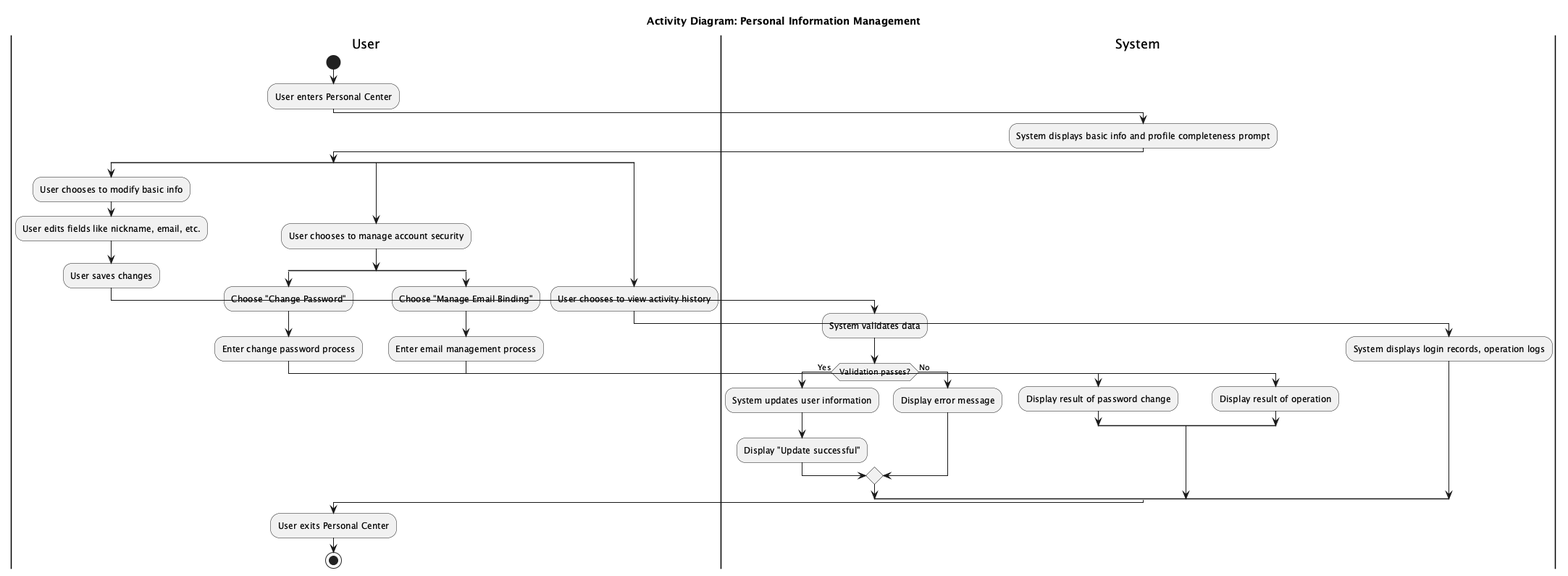
Before: latex/UML/Activity/Personal-Information-Management.png, a diagram exported from PlantUML (stepbystepcode/CodeWay).
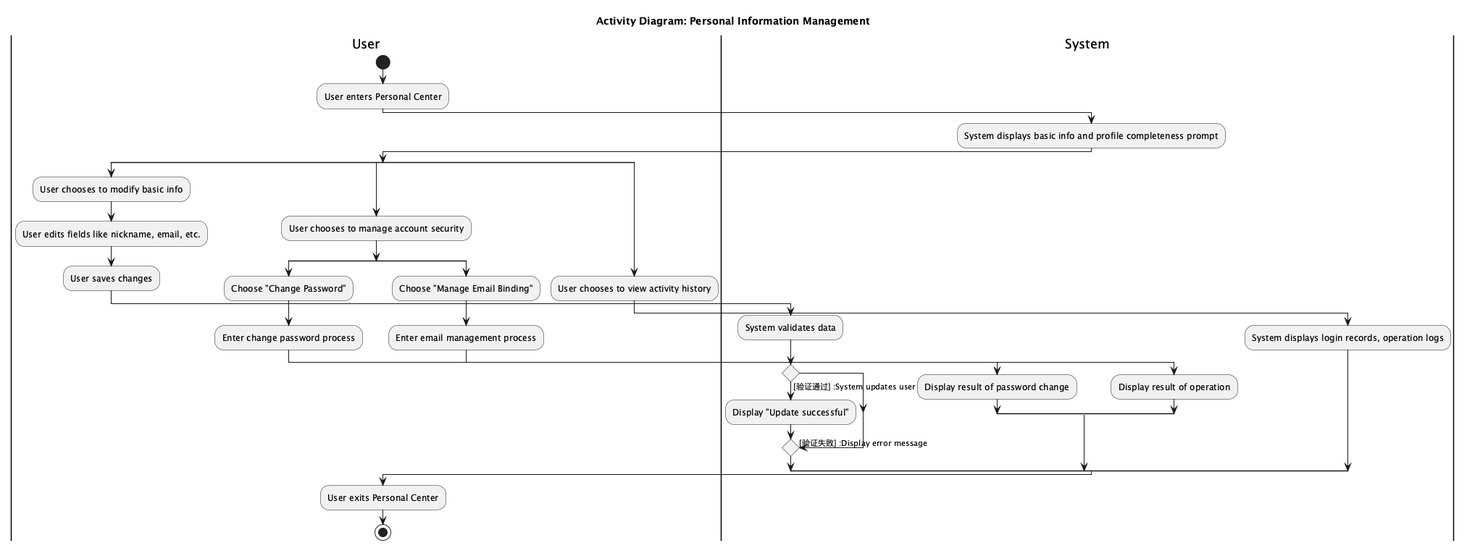
After the commit.

The edit, as a diff of the source:
```diff
@@ -16,11 +16,11 @@
 
   |System|
   :System validates data;
-  if (Validation passes?) then (Yes)
-    :System updates user information;
+  if () then
+    ->[验证通过] :System updates user information;
     :Display "Update successful";
-  else (No)
-    :Display error message;
+  else
+    ->[验证失败] :Display error message;
   endif
 
 |User|
```
